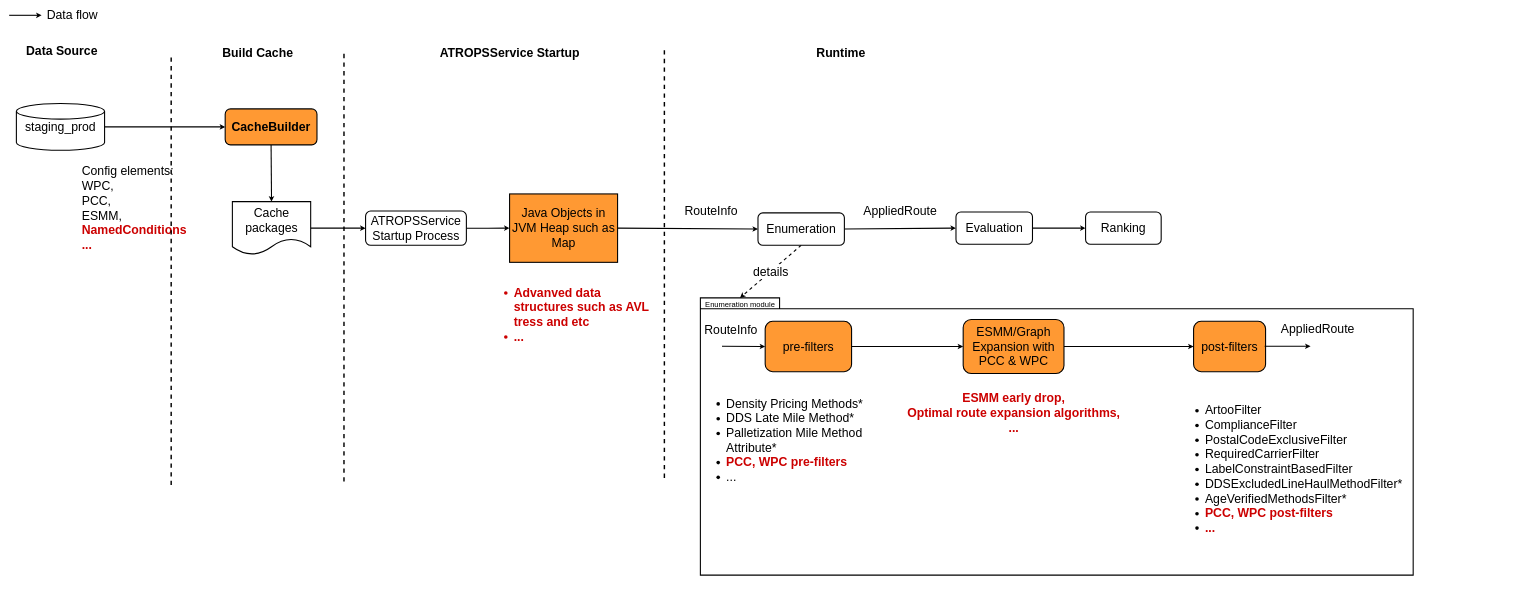
This is page "Module_Across_Layers" (3 of 3) of PCC_dynamic_selection.drawio from PQMeng/draw.io-source-files, a draw.io file, before an edit. Source tidied: cells renumbered, new cells numbered last; positions are measured from the earlier drawing's top-left corner, leaving out a move shared by most shapes. Both pictures are drawn from the tidied source at 36%, with x=0, y=0 at pixel (9, 6).
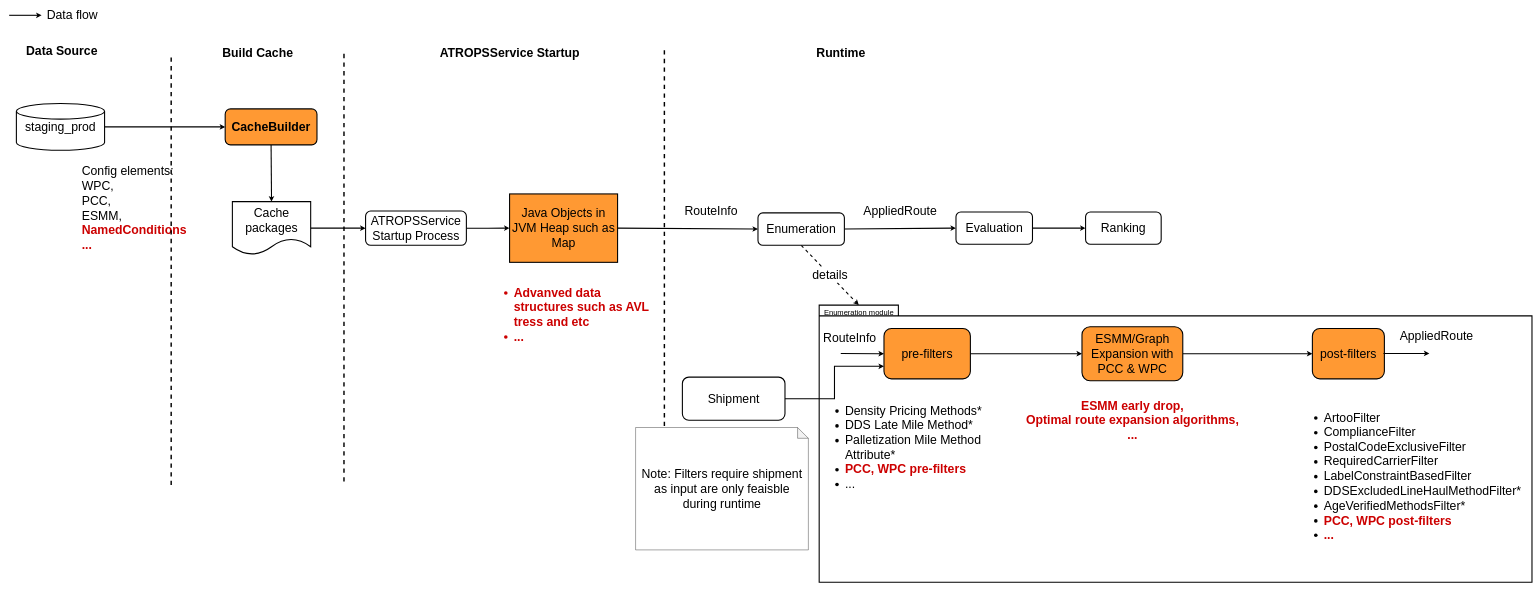
After the change.

The change refers to these unchanged cells:
```xml
<mxCell id="4" value="pre-filters" style="rounded=1;whiteSpace=wrap;html=1;fontSize=34;align=center;fontStyle=0;strokeWidth=3;fillColor=#FF9933;" parent="2" vertex="1">
  <mxGeometry x="180" y="65" width="240" height="140" as="geometry" />
</mxCell>
```

What changed in the source:
```diff
@@
     <mxCell id="2" value="&lt;font style=&quot;font-size: 21px;&quot;&gt;Enumeration module&lt;/font&gt;" style="shape=folder;fontStyle=0;tabWidth=220;tabHeight=30;tabPosition=left;html=1;boundedLbl=1;labelInHeader=1;fontSize=34;align=center;strokeWidth=3;" parent="1" vertex="1">
-      <mxGeometry x="1920" y="810" width="1980" height="770" as="geometry" />
+      <mxGeometry x="2250" y="830" width="1980" height="770" as="geometry" />
     </mxCell>
@@
+    <mxCell id="46" value="Note: Filters require shipment as input are only feaisble during runtime" style="shape=note;whiteSpace=wrap;html=1;backgroundOutline=1;darkOpacity=0.05;fontSize=34;" parent="1" vertex="1">
+      <mxGeometry x="1740" y="1170" width="480" height="340" as="geometry" />
+    </mxCell>
+    <mxCell id="47" style="edgeStyle=orthogonalEdgeStyle;rounded=0;jettySize=auto;html=1;exitX=1;exitY=0.5;exitDx=0;exitDy=0;entryX=0;entryY=0.75;entryDx=0;entryDy=0;strokeWidth=3;" parent="1" edge="1" source="48" target="4">
+      <mxGeometry relative="1" as="geometry" />
+    </mxCell>
+    <mxCell id="48" value="Shipment" style="rounded=1;whiteSpace=wrap;html=1;fontSize=34;align=center;fontStyle=0;strokeWidth=3;" parent="1" vertex="1">
+      <mxGeometry x="1870" y="1030" width="285" height="120" as="geometry" />
+    </mxCell>
```
